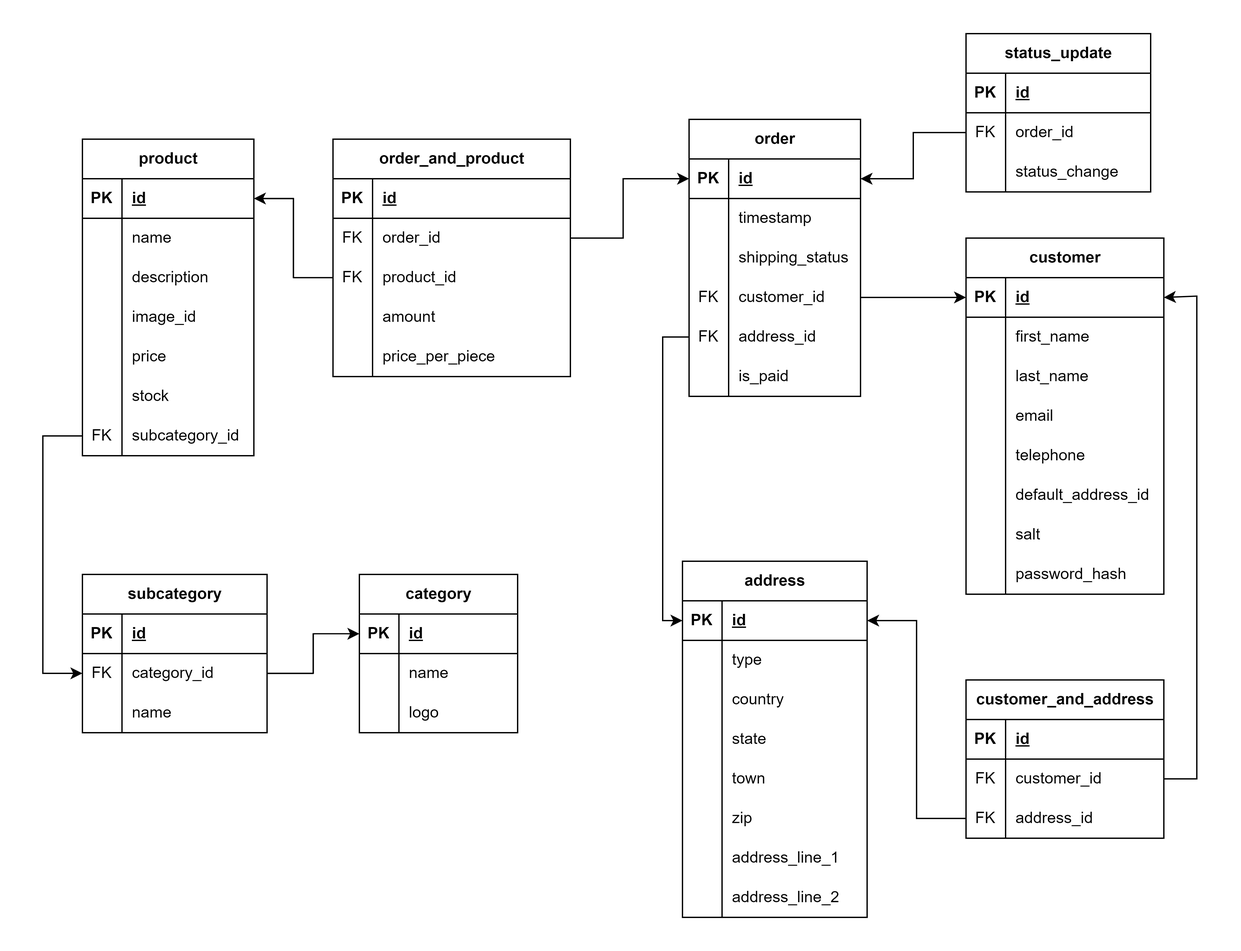
Above: Documentation/Ecommerce ER.png in shekelboi/EcommerceDatabase (draw.io), before the change. Source tidied: cells renumbered, new cells last; positions are measured from the earlier drawing's top-left corner, leaving out a move shared by most shapes.
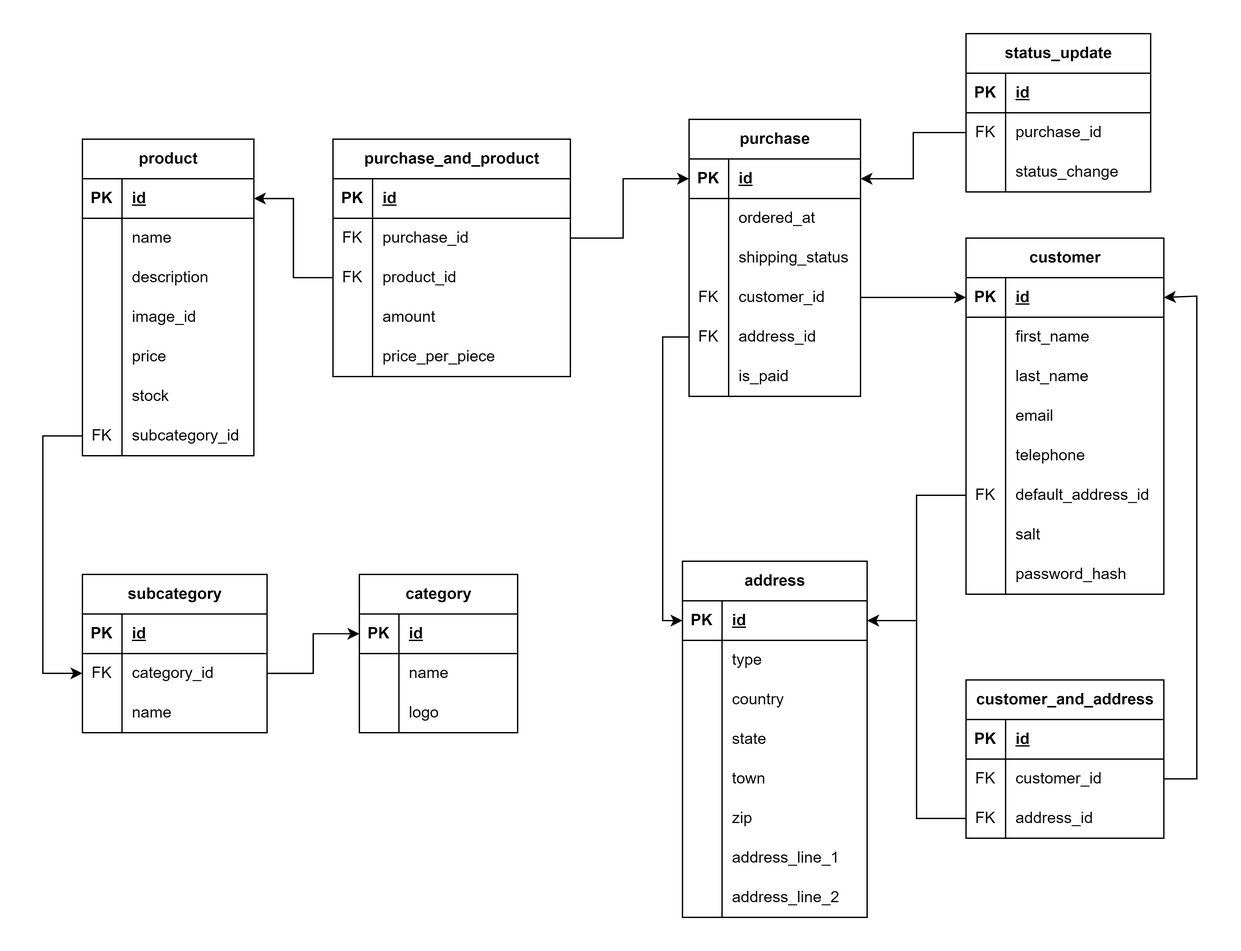
The same file after the commit.

Commit message:
Removing reserved words

What changed in the source:
```diff
@@ -131,7 +131,7 @@
     <mxCell id="44" value="subcategory_id" style="shape=partialRectangle;fillColor=none;top=0;left=0;bottom=0;right=0;align=left;spacingLeft=6;overflow=hidden;whiteSpace=wrap;html=1;" parent="42" vertex="1">
       <mxGeometry x="30" width="100" height="30" as="geometry" />
     </mxCell>
-    <mxCell id="45" value="order" style="shape=table;startSize=30;rowLines=0;fontStyle=1;align=center;html=1;" parent="1" vertex="1">
+    <mxCell id="45" value="purchase" style="shape=table;startSize=30;rowLines=0;fontStyle=1;align=center;html=1;" parent="1" vertex="1">
       <mxGeometry x="490" y="65" width="130" height="210" as="geometry" />
     </mxCell>
     <mxCell id="46" style="shape=tableRow;horizontal=0;startSize=0;swimlaneHead=0;swimlaneBody=0;fillColor=none;points=[[0,0.5],[1,0.5]];portConstraint=eastwest;top=0;left=0;right=0;bottom=1;" parent="45" vertex="1">
@@ -149,7 +149,7 @@
     <mxCell id="50" style="shape=partialRectangle;fillColor=none;top=0;left=0;bottom=0;right=0;overflow=hidden;whiteSpace=wrap;html=1;" parent="49" vertex="1">
       <mxGeometry width="30" height="30" as="geometry" />
     </mxCell>
-    <mxCell id="51" value="timestamp" style="shape=partialRectangle;fillColor=none;top=0;left=0;bottom=0;right=0;align=left;spacingLeft=6;overflow=hidden;whiteSpace=wrap;html=1;" parent="49" vertex="1">
+    <mxCell id="51" value="ordered_at" style="shape=partialRectangle;fillColor=none;top=0;left=0;bottom=0;right=0;align=left;spacingLeft=6;overflow=hidden;whiteSpace=wrap;html=1;" parent="49" vertex="1">
       <mxGeometry x="30" width="100" height="30" as="geometry" />
     </mxCell>
     <mxCell id="52" style="shape=tableRow;horizontal=0;startSize=0;swimlaneHead=0;swimlaneBody=0;fillColor=none;top=0;left=0;right=0;bottom=0;" parent="45" vertex="1">
@@ -188,7 +188,7 @@
     <mxCell id="63" value="is_paid" style="shape=partialRectangle;fillColor=none;top=0;left=0;bottom=0;right=0;align=left;spacingLeft=6;overflow=hidden;whiteSpace=wrap;html=1;" parent="61" vertex="1">
       <mxGeometry x="30" width="100" height="30" as="geometry" />
     </mxCell>
-    <mxCell id="64" value="order_and_product" style="shape=table;startSize=30;rowLines=0;fontStyle=1;align=center;html=1;" parent="1" vertex="1">
+    <mxCell id="64" value="purchase_and_product" style="shape=table;startSize=30;rowLines=0;fontStyle=1;align=center;html=1;" parent="1" vertex="1">
       <mxGeometry x="220" y="80" width="180" height="180" as="geometry" />
     </mxCell>
     <mxCell id="65" style="shape=tableRow;horizontal=0;startSize=0;swimlaneHead=0;swimlaneBody=0;fillColor=none;top=0;left=0;right=0;bottom=1;" parent="64" vertex="1">
@@ -206,7 +206,7 @@
     <mxCell id="69" value="FK" style="shape=partialRectangle;fillColor=none;top=0;left=0;bottom=0;right=0;overflow=hidden;whiteSpace=wrap;html=1;" parent="68" vertex="1">
       <mxGeometry width="30" height="30" as="geometry" />
     </mxCell>
-    <mxCell id="70" value="order_id" style="shape=partialRectangle;fillColor=none;top=0;left=0;bottom=0;right=0;align=left;spacingLeft=6;overflow=hidden;whiteSpace=wrap;html=1;" parent="68" vertex="1">
+    <mxCell id="70" value="purchase_id" style="shape=partialRectangle;fillColor=none;top=0;left=0;bottom=0;right=0;align=left;spacingLeft=6;overflow=hidden;whiteSpace=wrap;html=1;" parent="68" vertex="1">
       <mxGeometry x="30" width="150" height="30" as="geometry" />
     </mxCell>
     <mxCell id="71" style="shape=tableRow;horizontal=0;startSize=0;swimlaneHead=0;swimlaneBody=0;fillColor=none;points=[[0,0.5],[1,0.5]];portConstraint=eastwest;top=0;left=0;right=0;bottom=0;" parent="64" vertex="1">
@@ -265,7 +265,7 @@
     <mxCell id="87" value="FK" style="shape=partialRectangle;fillColor=none;top=0;left=0;bottom=0;right=0;overflow=hidden;whiteSpace=wrap;html=1;" parent="86" vertex="1">
       <mxGeometry width="30" height="30" as="geometry" />
     </mxCell>
-    <mxCell id="88" value="order_id" style="shape=partialRectangle;fillColor=none;top=0;left=0;bottom=0;right=0;align=left;spacingLeft=6;overflow=hidden;whiteSpace=wrap;html=1;" parent="86" vertex="1">
+    <mxCell id="88" value="purchase_id" style="shape=partialRectangle;fillColor=none;top=0;left=0;bottom=0;right=0;align=left;spacingLeft=6;overflow=hidden;whiteSpace=wrap;html=1;" parent="86" vertex="1">
       <mxGeometry x="30" width="110" height="30" as="geometry" />
     </mxCell>
     <mxCell id="89" style="shape=tableRow;horizontal=0;startSize=0;swimlaneHead=0;swimlaneBody=0;fillColor=none;top=0;left=0;right=0;bottom=0;" parent="82" vertex="1">
@@ -331,7 +331,7 @@
     <mxCell id="109" style="shape=tableRow;horizontal=0;startSize=0;swimlaneHead=0;swimlaneBody=0;fillColor=none;points=[[0,0.5],[1,0.5]];portConstraint=eastwest;top=0;left=0;right=0;bottom=0;" parent="93" vertex="1">
       <mxGeometry y="180" width="150" height="30" as="geometry" />
     </mxCell>
-    <mxCell id="110" style="shape=partialRectangle;fillColor=none;top=0;left=0;bottom=0;right=0;overflow=hidden;whiteSpace=wrap;html=1;" parent="109" vertex="1">
+    <mxCell id="110" value="FK" style="shape=partialRectangle;fillColor=none;top=0;left=0;bottom=0;right=0;overflow=hidden;whiteSpace=wrap;html=1;" parent="109" vertex="1">
       <mxGeometry width="30" height="30" as="geometry" />
     </mxCell>
     <mxCell id="111" value="default_address_id" style="shape=partialRectangle;fillColor=none;top=0;left=0;bottom=0;right=0;align=left;spacingLeft=6;overflow=hidden;whiteSpace=wrap;html=1;" parent="109" vertex="1">
@@ -485,5 +485,8 @@
         </Array>
       </mxGeometry>
     </mxCell>
+    <mxCell id="158" style="edgeStyle=orthogonalEdgeStyle;rounded=0;jettySize=auto;html=1;entryX=1;entryY=0.5;entryDx=0;entryDy=0;" parent="1" edge="1" source="109" target="130">
+      <mxGeometry relative="1" as="geometry" />
+    </mxCell>
   </root>
 </mxGraphModel>
```
